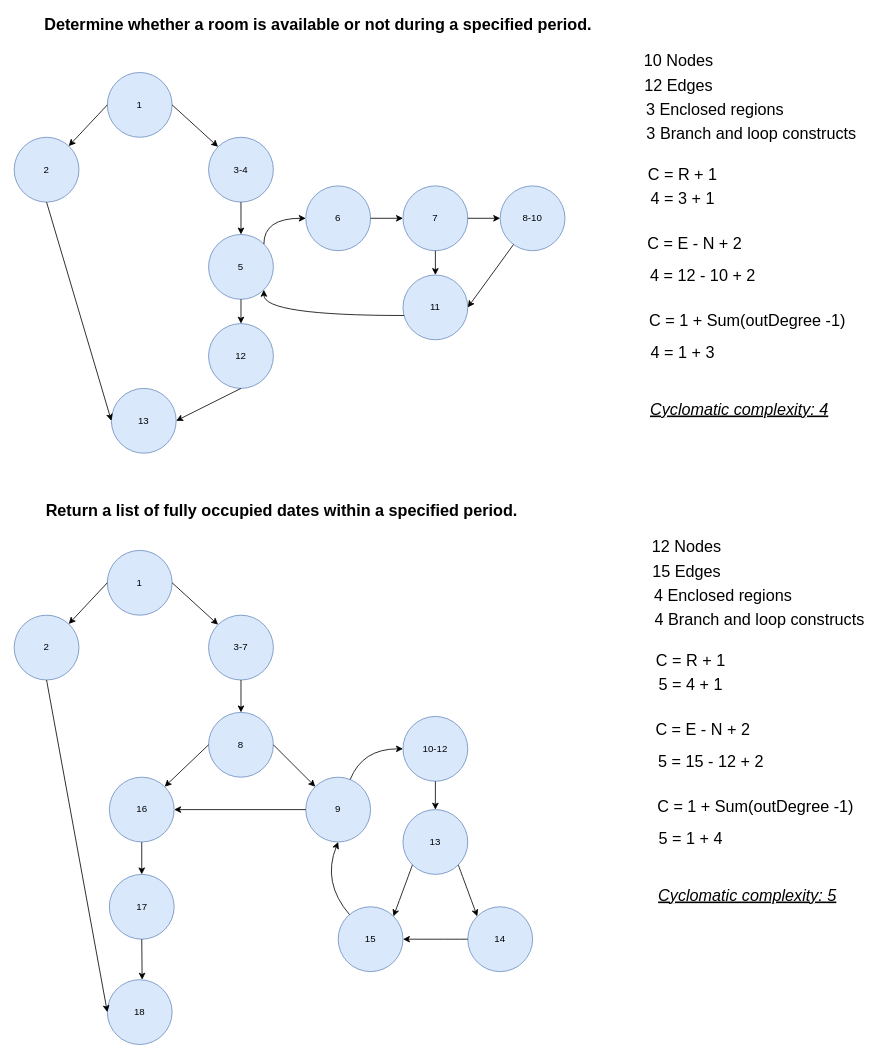
Above: Documentations/DDPath.drawio in SkellyCompany/Hotel-Booking (draw.io), before the change. Source tidied: cells renumbered, new cells numbered last; positions are measured from the earlier drawing's top-left corner, leaving out a move shared by most shapes. Both pictures are drawn from the tidied source at 81%, with x=0, y=0 at pixel (14, 15).
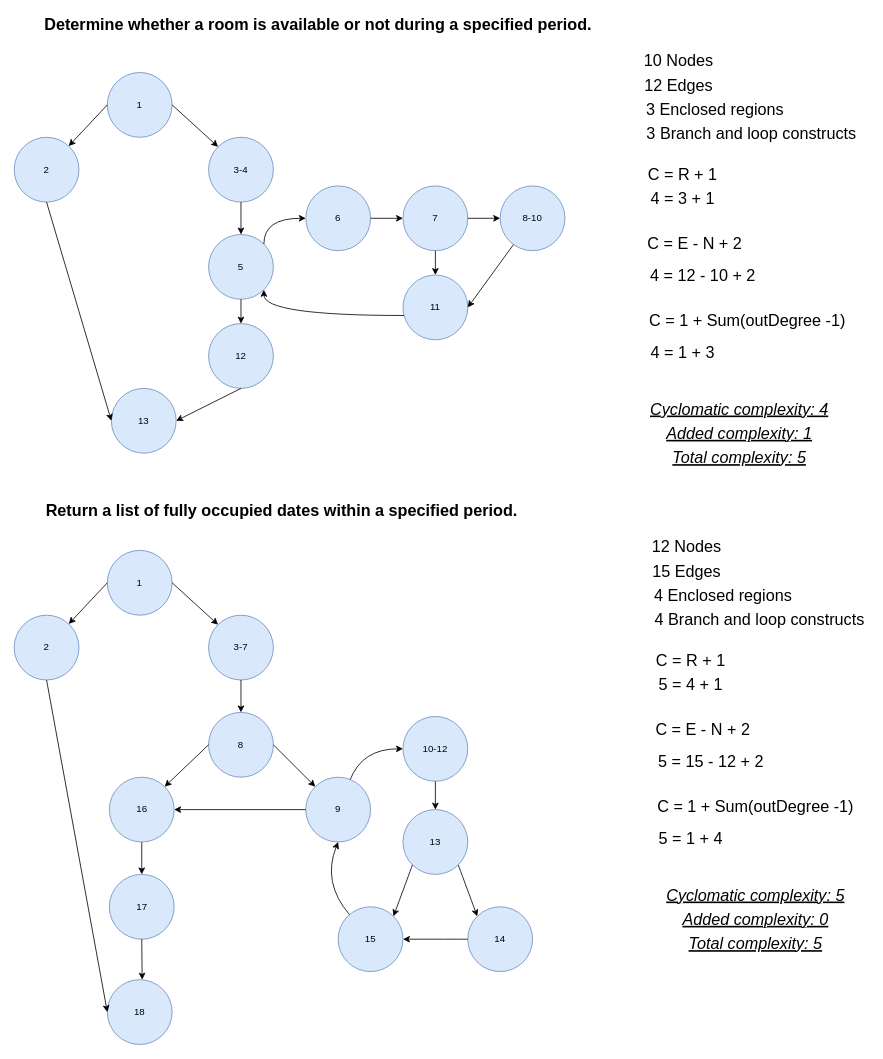
The same page after the edit.

Commit message (it also covers changes not shown here):
updated ddpath graphs.

The edit, as a diff of the source:
```diff
@@
-    <mxCell id="53" value="&lt;i&gt;&lt;u&gt;Cyclomatic complexity: 4&lt;/u&gt;&lt;/i&gt;" style="text;html=1;align=center;verticalAlign=middle;strokeColor=none;fillColor=none;fontSize=20;" parent="1" vertex="1">
-      <mxGeometry x="775" y="470" width="240" height="30" as="geometry" />
+    <mxCell id="53" value="&lt;i&gt;&lt;u&gt;Added complexity: 1&lt;/u&gt;&lt;/i&gt;" style="text;html=1;align=center;verticalAlign=middle;strokeColor=none;fillColor=none;fontSize=20;" parent="1" vertex="1">
+      <mxGeometry x="795" y="500" width="200" height="30" as="geometry" />
     </mxCell>
@@
-    <mxCell id="64" value="&lt;i&gt;&lt;u&gt;Cyclomatic complexity: 5&lt;/u&gt;&lt;/i&gt;" style="text;html=1;align=center;verticalAlign=middle;strokeColor=none;fillColor=none;fontSize=20;" parent="1" vertex="1">
-      <mxGeometry x="785" y="1070" width="240" height="30" as="geometry" />
-    </mxCell>
@@
+    <mxCell id="75" value="&lt;i&gt;&lt;u&gt;Cyclomatic complexity: 4&lt;/u&gt;&lt;/i&gt;" style="text;html=1;align=center;verticalAlign=middle;strokeColor=none;fillColor=none;fontSize=20;" parent="1" vertex="1">
+      <mxGeometry x="775" y="470" width="240" height="30" as="geometry" />
+    </mxCell>
+    <mxCell id="76" value="&lt;i&gt;&lt;u&gt;Total complexity: 5&lt;/u&gt;&lt;/i&gt;" style="text;html=1;align=center;verticalAlign=middle;strokeColor=none;fillColor=none;fontSize=20;" parent="1" vertex="1">
+      <mxGeometry x="805" y="530" width="180" height="30" as="geometry" />
+    </mxCell>
+    <mxCell id="77" value="&lt;i&gt;&lt;u&gt;Added complexity: 0&lt;/u&gt;&lt;/i&gt;" style="text;html=1;align=center;verticalAlign=middle;strokeColor=none;fillColor=none;fontSize=20;" parent="1" vertex="1">
+      <mxGeometry x="815" y="1100" width="200" height="30" as="geometry" />
+    </mxCell>
+    <mxCell id="64" value="&lt;i&gt;&lt;u&gt;Cyclomatic complexity: 5&lt;/u&gt;&lt;/i&gt;" style="text;html=1;align=center;verticalAlign=middle;strokeColor=none;fillColor=none;fontSize=20;" parent="1" vertex="1">
+      <mxGeometry x="795" y="1070" width="240" height="30" as="geometry" />
+    </mxCell>
+    <mxCell id="78" value="&lt;i&gt;&lt;u&gt;Total complexity: 5&lt;/u&gt;&lt;/i&gt;" style="text;html=1;align=center;verticalAlign=middle;strokeColor=none;fillColor=none;fontSize=20;" parent="1" vertex="1">
+      <mxGeometry x="825" y="1130" width="180" height="30" as="geometry" />
+    </mxCell>
```
